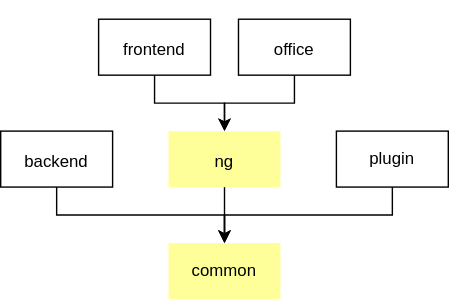
Before: docs/flow-dev/images/app-hierarchy.drawio.svg, a diagram exported from draw.io (HugoMendes98/graph-flow). Source tidied: cells renumbered, new cells last; positions are measured from the earlier drawing's top-left corner, leaving out a move shared by most shapes.
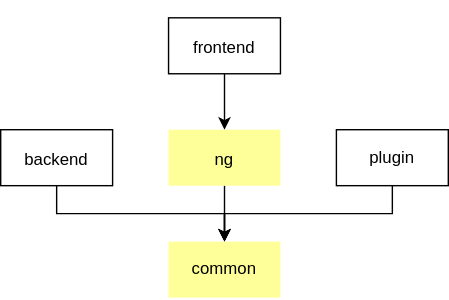
Above is the later version.

Commit message:
docs(boiler): remove `back-office` boiler doc and update `git commit message` doc

The edit, as a diff of the source:
```diff
@@ -15,14 +15,8 @@
       <mxGeometry relative="1" as="geometry" />
     </mxCell>
     <mxCell id="6" value="&lt;h1 style=&quot;&quot;&gt;&lt;span style=&quot;font-size: 12px; font-weight: 400;&quot;&gt;frontend&lt;/span&gt;&lt;br&gt;&lt;/h1&gt;" style="rounded=0;whiteSpace=wrap;html=1;verticalAlign=middle;horizontal=1;align=center;spacing=2;spacingTop=0;spacingBottom=5;labelPosition=center;verticalLabelPosition=middle;" parent="1" vertex="1">
-      <mxGeometry x="70" width="80" height="40" as="geometry" />
+      <mxGeometry x="120" width="80" height="40" as="geometry" />
     </mxCell>
-    <mxCell id="7" style="edgeStyle=orthogonalEdgeStyle;rounded=0;jettySize=auto;html=1;sourcePortConstraint=south;" parent="1" edge="1" source="8" target="12">
-      <mxGeometry relative="1" as="geometry" />
-    </mxCell>
-    <mxCell id="8" value="&lt;h1 style=&quot;text-align: left;&quot;&gt;&lt;span style=&quot;font-size: 12px; font-weight: 400;&quot;&gt;office&lt;/span&gt;&lt;br&gt;&lt;/h1&gt;" style="rounded=0;whiteSpace=wrap;html=1;spacingBottom=5;" parent="1" vertex="1">
-      <mxGeometry x="170" width="80" height="40" as="geometry" />
-    </mxCell>
     <mxCell id="9" style="edgeStyle=orthogonalEdgeStyle;rounded=0;jettySize=auto;html=1;sourcePortConstraint=south;targetPortConstraint=north;" parent="1" edge="1" source="10" target="2">
       <mxGeometry relative="1" as="geometry" />
     </mxCell>
```
